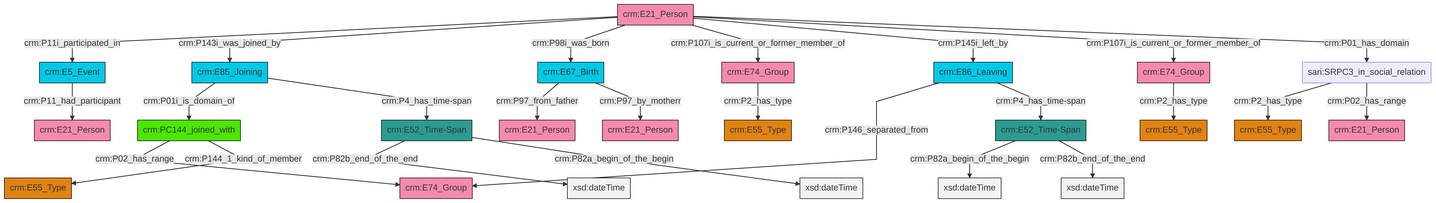
The Mermaid diagram et/personCSV/ttl/mmd/png/Person_Actor_Relations.png in swiss-art-research-net/docs.swissartresearch, before a commit. Its source is kept beside it as et/personCSV/ttl/mmd/Person_Actor_Relations.ttl.mmd.
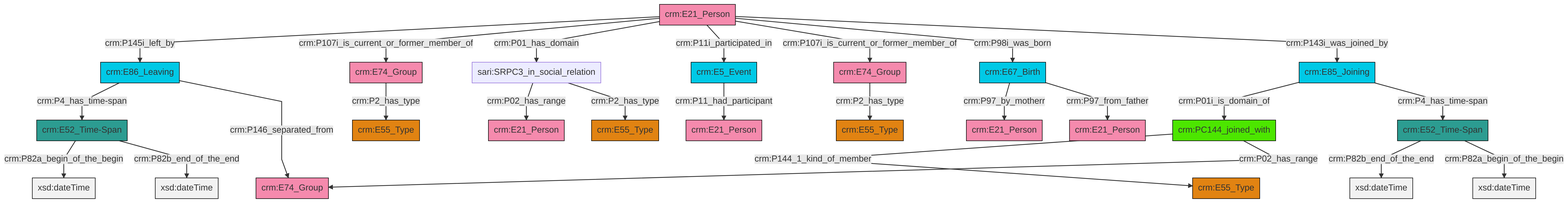
After the change.

What changed in the source:
```diff
@@ -13,27 +13,27 @@
 classDef PC_Classes fill:#4ce600, stroke:#000000;
 classDef Multi fill:#cccccc,stroke:#000000;
 
-0["crm:E21_Person"]:::Actor -->|crm:P11i_participated_in| 1["crm:E5_Event"]:::Temporal_Entity
-4["crm:E52_Time-Span"]:::Time-Span -->|crm:P82a_begin_of_the_begin| 5[xsd:dateTime]:::Literal
-6["crm:PC144_joined_with"]:::PC_Classes -->|crm:P02_has_range| 7["crm:E74_Group"]:::Actor
-8["crm:E86_Leaving"]:::Temporal_Entity -->|crm:P146_separated_from| 7["crm:E74_Group"]:::Actor
-0["crm:E21_Person"]:::Actor -->|crm:P143i_was_joined_by| 20["crm:E85_Joining"]:::Temporal_Entity
-25["sari:SRPC3_in_social_relation"]:::Default -->|crm:P2_has_type| 26["crm:E55_Type"]:::Type
-4["crm:E52_Time-Span"]:::Time-Span -->|crm:P82b_end_of_the_end| 30[xsd:dateTime]:::Literal
-0["crm:E21_Person"]:::Actor -->|crm:P98i_was_born| 16["crm:E67_Birth"]:::Temporal_Entity
-0["crm:E21_Person"]:::Actor -->|crm:P107i_is_current_or_former_member_of| 34["crm:E74_Group"]:::Actor
-0["crm:E21_Person"]:::Actor -->|crm:P145i_left_by| 8["crm:E86_Leaving"]:::Temporal_Entity
-16["crm:E67_Birth"]:::Temporal_Entity -->|crm:P97_from_father| 9["crm:E21_Person"]:::Actor
-16["crm:E67_Birth"]:::Temporal_Entity -->|crm:P97_by_motherr| 35["crm:E21_Person"]:::Actor
-8["crm:E86_Leaving"]:::Temporal_Entity -->|crm:P4_has_time-span| 4["crm:E52_Time-Span"]:::Time-Span
-25["sari:SRPC3_in_social_relation"]:::Default -->|crm:P02_has_range| 18["crm:E21_Person"]:::Actor
-6["crm:PC144_joined_with"]:::PC_Classes -->|crm:P144_1_kind_of_member| 12["crm:E55_Type"]:::Type
-23["crm:E52_Time-Span"]:::Time-Span -->|crm:P82b_end_of_the_end| 39[xsd:dateTime]:::Literal
-0["crm:E21_Person"]:::Actor -->|crm:P107i_is_current_or_former_member_of| 21["crm:E74_Group"]:::Actor
-20["crm:E85_Joining"]:::Temporal_Entity -->|crm:P01i_is_domain_of| 6["crm:PC144_joined_with"]:::PC_Classes
-34["crm:E74_Group"]:::Actor -->|crm:P2_has_type| 27["crm:E55_Type"]:::Type
-0["crm:E21_Person"]:::Actor -->|crm:P01_has_domain| 25["sari:SRPC3_in_social_relation"]:::Default
-20["crm:E85_Joining"]:::Temporal_Entity -->|crm:P4_has_time-span| 23["crm:E52_Time-Span"]:::Time-Span
-1["crm:E5_Event"]:::Temporal_Entity -->|crm:P11_had_participant| 14["crm:E21_Person"]:::Actor
-21["crm:E74_Group"]:::Actor -->|crm:P2_has_type| 2["crm:E55_Type"]:::Type
-23["crm:E52_Time-Span"]:::Time-Span -->|crm:P82a_begin_of_the_begin| 46[xsd:dateTime]:::Literal
+0["crm:E21_Person"]:::Actor -->|crm:P145i_left_by| 1["crm:E86_Leaving"]:::Temporal_Entity
+0["crm:E21_Person"]:::Actor -->|crm:P107i_is_current_or_former_member_of| 10["crm:E74_Group"]:::Actor
+16["crm:PC144_joined_with"]:::PC_Classes -->|crm:P144_1_kind_of_member| 12["crm:E55_Type"]:::Type
+2["crm:E52_Time-Span"]:::Time-Span -->|crm:P82a_begin_of_the_begin| 17[xsd:dateTime]:::Literal
+18["crm:E74_Group"]:::Actor -->|crm:P2_has_type| 14["crm:E55_Type"]:::Type
+21["sari:SRPC3_in_social_relation"]:::Default -->|crm:P02_has_range| 22["crm:E21_Person"]:::Actor
+23["crm:E85_Joining"]:::Temporal_Entity -->|crm:P01i_is_domain_of| 16["crm:PC144_joined_with"]:::PC_Classes
+1["crm:E86_Leaving"]:::Temporal_Entity -->|crm:P4_has_time-span| 2["crm:E52_Time-Span"]:::Time-Span
+16["crm:PC144_joined_with"]:::PC_Classes -->|crm:P02_has_range| 4["crm:E74_Group"]:::Actor
+0["crm:E21_Person"]:::Actor -->|crm:P01_has_domain| 21["sari:SRPC3_in_social_relation"]:::Default
+23["crm:E85_Joining"]:::Temporal_Entity -->|crm:P4_has_time-span| 19["crm:E52_Time-Span"]:::Time-Span
+0["crm:E21_Person"]:::Actor -->|crm:P11i_participated_in| 8["crm:E5_Event"]:::Temporal_Entity
+21["sari:SRPC3_in_social_relation"]:::Default -->|crm:P2_has_type| 24["crm:E55_Type"]:::Type
+19["crm:E52_Time-Span"]:::Time-Span -->|crm:P82b_end_of_the_end| 26[xsd:dateTime]:::Literal
+1["crm:E86_Leaving"]:::Temporal_Entity -->|crm:P146_separated_from| 4["crm:E74_Group"]:::Actor
+10["crm:E74_Group"]:::Actor -->|crm:P2_has_type| 6["crm:E55_Type"]:::Type
+27["crm:E67_Birth"]:::Temporal_Entity -->|crm:P97_by_motherr| 28["crm:E21_Person"]:::Actor
+0["crm:E21_Person"]:::Actor -->|crm:P107i_is_current_or_former_member_of| 18["crm:E74_Group"]:::Actor
+8["crm:E5_Event"]:::Temporal_Entity -->|crm:P11_had_participant| 33["crm:E21_Person"]:::Actor
+0["crm:E21_Person"]:::Actor -->|crm:P98i_was_born| 27["crm:E67_Birth"]:::Temporal_Entity
+2["crm:E52_Time-Span"]:::Time-Span -->|crm:P82b_end_of_the_end| 39[xsd:dateTime]:::Literal
+19["crm:E52_Time-Span"]:::Time-Span -->|crm:P82a_begin_of_the_begin| 41[xsd:dateTime]:::Literal
+0["crm:E21_Person"]:::Actor -->|crm:P143i_was_joined_by| 23["crm:E85_Joining"]:::Temporal_Entity
+27["crm:E67_Birth"]:::Temporal_Entity -->|crm:P97_from_father| 34["crm:E21_Person"]:::Actor
```
